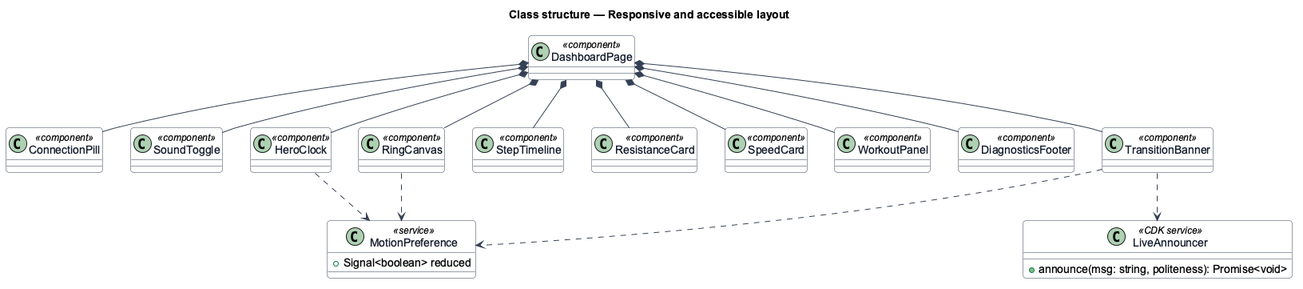
Before: docs/detailed-designs/dashboard/responsive-accessible-layout/diagrams/class-structure.png, a diagram exported from PlantUML (QuinntyneBrown/ride-one).
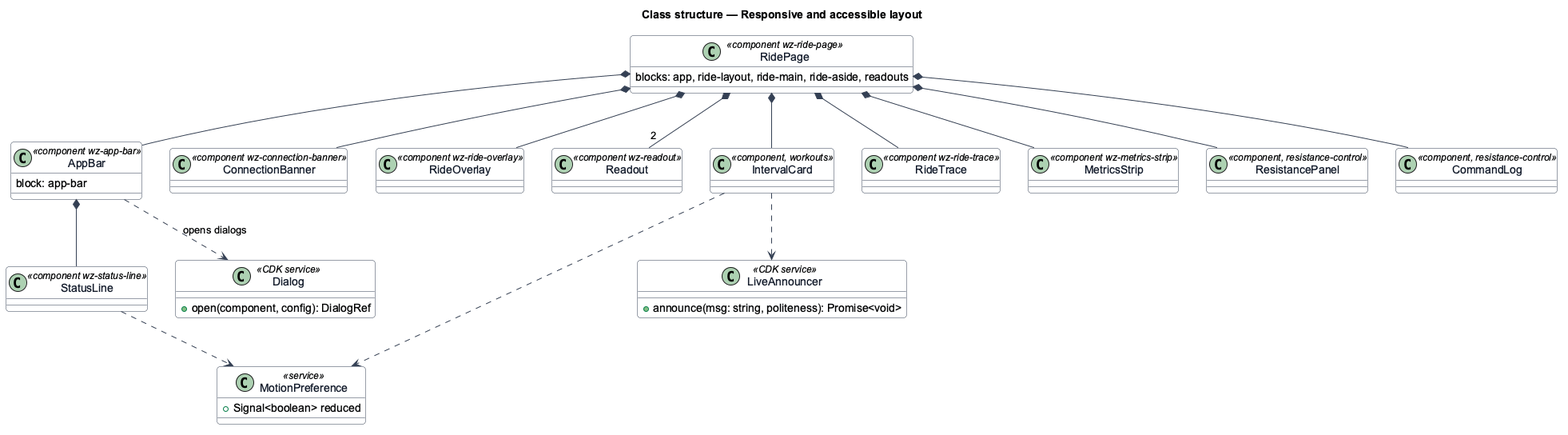
Above is the later version.

Change to the diagram source:
```diff
@@ -11,36 +11,43 @@
 }
 title Class structure — Responsive and accessible layout
 
-class DashboardPage <<component>>
-class ConnectionPill <<component>>
-class SoundToggle <<component>>
-class HeroClock <<component>>
-class RingCanvas <<component>>
-class StepTimeline <<component>>
-class ResistanceCard <<component>>
-class SpeedCard <<component>>
-class WorkoutPanel <<component>>
-class DiagnosticsFooter <<component>>
-class TransitionBanner <<component>>
+class RidePage <<component wz-ride-page>> {
+  blocks: app, ride-layout, ride-main, ride-aside, readouts
+}
+class AppBar <<component wz-app-bar>> {
+  block: app-bar
+}
+class StatusLine <<component wz-status-line>>
+class ConnectionBanner <<component wz-connection-banner>>
+class RideOverlay <<component wz-ride-overlay>>
+class Readout <<component wz-readout>>
+class IntervalCard <<component, workouts>>
+class RideTrace <<component wz-ride-trace>>
+class MetricsStrip <<component wz-metrics-strip>>
+class ResistancePanel <<component, resistance-control>>
+class CommandLog <<component, resistance-control>>
 class MotionPreference <<service>> {
   +Signal<boolean> reduced
 }
 class LiveAnnouncer <<CDK service>> {
   +announce(msg: string, politeness): Promise<void>
 }
+class Dialog <<CDK service>> {
+  +open(component, config): DialogRef
+}
 
-DashboardPage *-- ConnectionPill
-DashboardPage *-- SoundToggle
-DashboardPage *-- HeroClock
-DashboardPage *-- RingCanvas
-DashboardPage *-- StepTimeline
-DashboardPage *-- ResistanceCard
-DashboardPage *-- SpeedCard
-DashboardPage *-- WorkoutPanel
-DashboardPage *-- DiagnosticsFooter
-DashboardPage *-- TransitionBanner
-HeroClock ..> MotionPreference
-RingCanvas ..> MotionPreference
-TransitionBanner ..> MotionPreference
-TransitionBanner ..> LiveAnnouncer
+RidePage *-- AppBar
+RidePage *-- ConnectionBanner
+RidePage *-- "2" Readout
+RidePage *-- IntervalCard
+RidePage *-- RideTrace
+RidePage *-- MetricsStrip
+RidePage *-- RideOverlay
+RidePage *-- ResistancePanel
+RidePage *-- CommandLog
+AppBar *-- StatusLine
+AppBar ..> Dialog : opens dialogs
+StatusLine ..> MotionPreference
+IntervalCard ..> MotionPreference
+IntervalCard ..> LiveAnnouncer
 @enduml
```
